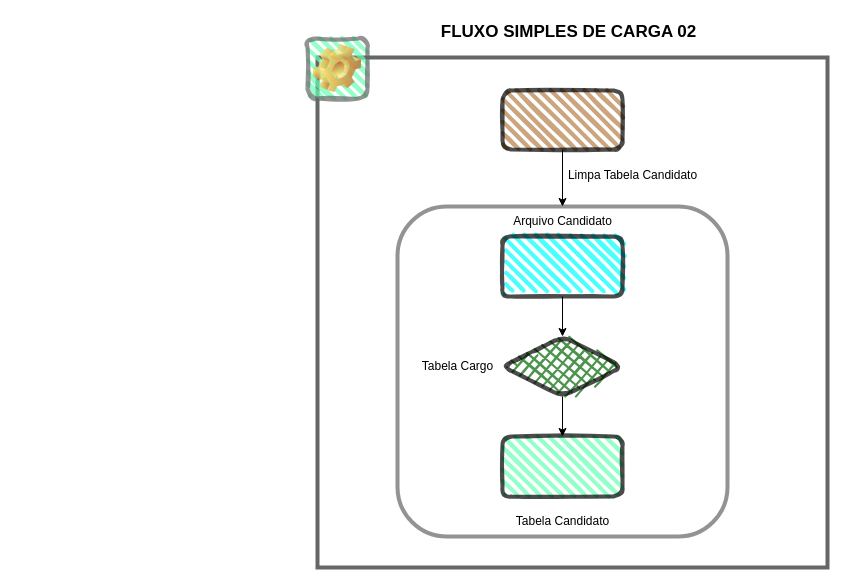
The draw.io diagram Diagrama_Fluxo_2.drawio in dbaassists/Palestra, before the edit. Source tidied: cells renumbered, new cells numbered last; positions are measured from the earlier drawing's top-left corner, leaving out a move shared by most shapes. Both pictures are drawn from the tidied source at 100%, with x=0, y=0 at pixel (307, 17).
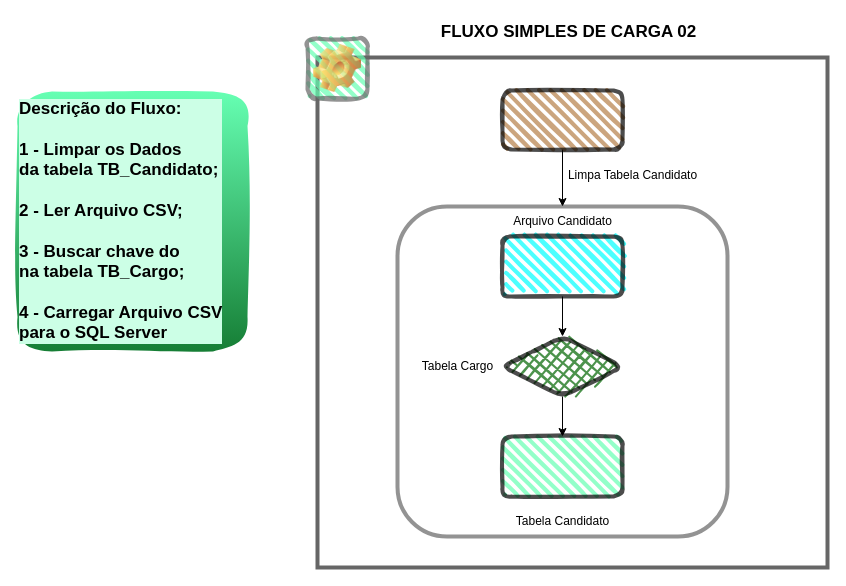
Above is the later version.

What changed in the source:
```diff
@@
 <mxGraphModel>
   <root>
     <mxCell id="0" />
     <mxCell id="1" parent="0" />
     <mxCell id="2" style="whiteSpace=wrap;html=1;rounded=0;fillWeight=4;hachureGap=8;hachureAngle=45;jiggle=1;curveFitting=0.95;strokeColor=#666666;strokeWidth=4;fillColor=#FFFFFF;" parent="1" vertex="1">
       <mxGeometry x="10" y="40" width="510" height="510" as="geometry" />
     </mxCell>
     <mxCell id="3" value="FLUXO SIMPLES DE CARGA 02" style="text;html=1;align=center;verticalAlign=middle;strokeColor=none;fillColor=default;strokeWidth=2;fontSize=17;fontStyle=1;" parent="1" vertex="1">
       <mxGeometry x="121" width="280" height="30" as="geometry" />
     </mxCell>
     <mxCell id="4" style="whiteSpace=wrap;html=1;rounded=1;opacity=70;strokeWidth=4;strokeColor=#666666;" parent="1" vertex="1">
       <mxGeometry x="90" y="189" width="330" height="330" as="geometry" />
     </mxCell>
     <mxCell id="5" style="edgeStyle=orthogonalEdgeStyle;rounded=0;jettySize=auto;html=1;" parent="1" edge="1" source="6" target="7">
       <mxGeometry relative="1" as="geometry" />
     </mxCell>
     <mxCell id="6" style="rhombus;whiteSpace=wrap;html=1;strokeWidth=4;fillWeight=-1;hachureGap=8;fillStyle=cross-hatch;fillColor=#006600;sketch=1;rounded=1;opacity=70;" parent="1" vertex="1">
       <mxGeometry x="195" y="319" width="120" height="60" as="geometry" />
     </mxCell>
     <mxCell id="7" style="rounded=1;whiteSpace=wrap;html=1;strokeWidth=4;fillWeight=4;hachureGap=8;hachureAngle=45;fillColor=#66FFB3;sketch=1;opacity=70;" parent="1" vertex="1">
       <mxGeometry x="195" y="419" width="120" height="60" as="geometry" />
     </mxCell>
     <mxCell id="8" style="edgeStyle=orthogonalEdgeStyle;rounded=0;jettySize=auto;html=1;" parent="1" edge="1" source="9" target="6">
       <mxGeometry relative="1" as="geometry" />
     </mxCell>
     <mxCell id="9" style="rounded=1;whiteSpace=wrap;html=1;strokeWidth=4;fillWeight=4;hachureGap=8;hachureAngle=45;fillColor=#00FFFF;sketch=1;opacity=70;" parent="1" vertex="1">
       <mxGeometry x="195" y="219" width="120" height="60" as="geometry" />
     </mxCell>
     <mxCell id="10" value="Tabela Candidato" style="text;html=1;align=center;verticalAlign=middle;strokeColor=none;fillColor=none;rounded=1;" parent="1" vertex="1">
       <mxGeometry x="195" y="489" width="120" height="30" as="geometry" />
     </mxCell>
     <mxCell id="11" value="Arquivo Candidato" style="text;html=1;align=center;verticalAlign=middle;points=[];strokeColor=none;fillColor=none;rounded=1;" parent="1" vertex="1">
       <mxGeometry x="195" y="189" width="120" height="30" as="geometry" />
     </mxCell>
     <mxCell id="12" value="Tabela Cargo" style="text;html=1;align=center;verticalAlign=middle;strokeColor=none;fillColor=none;rounded=1;" parent="1" vertex="1">
       <mxGeometry x="105" y="334" width="90" height="30" as="geometry" />
     </mxCell>
     <mxCell id="13" style="edgeStyle=orthogonalEdgeStyle;rounded=0;jettySize=auto;html=1;" parent="1" edge="1" source="14" target="11">
       <mxGeometry relative="1" as="geometry" />
     </mxCell>
     <mxCell id="14" style="rounded=1;whiteSpace=wrap;html=1;gradientColor=none;sketch=1;curveFitting=0.95;jiggle=1;fillColor=#B57F48;strokeWidth=4;opacity=70;shadow=0;glass=0;perimeterSpacing=0;fillWeight=4;hachureGap=8;hachureAngle=45;" parent="1" vertex="1">
       <mxGeometry x="195" y="73" width="120" height="59" as="geometry" />
     </mxCell>
     <mxCell id="15" value="Limpa Tabela Candidato" style="text;html=1;align=center;verticalAlign=middle;strokeColor=none;fillColor=none;rounded=1;" parent="1" vertex="1">
       <mxGeometry x="250" y="143" width="150" height="30" as="geometry" />
     </mxCell>
     <mxCell id="16" value="Icon" style="icon;image=img/clipart/Gear_128x128.png;rounded=1;fillWeight=4;hachureGap=8;hachureAngle=45;strokeColor=#666666;strokeWidth=4;fillColor=#66FFB3;opacity=70;sketch=1;curveFitting=1;jiggle=2;html=1;fontColor=#FFFFFF;" parent="1" vertex="1">
       <mxGeometry y="21" width="60" height="60" as="geometry" />
     </mxCell>
+    <mxCell id="17" value="Descrição do Fluxo: &lt;br&gt;&lt;br&gt;1 - Limpar os Dados&lt;br&gt;&lt;div style=&quot;&quot;&gt;&lt;span style=&quot;&quot;&gt;da tabela TB_Candidato;&lt;/span&gt;&lt;/div&gt;&lt;div style=&quot;&quot;&gt;&lt;span style=&quot;&quot;&gt;&lt;br&gt;&lt;/span&gt;&lt;/div&gt;&lt;div style=&quot;&quot;&gt;&lt;span style=&quot;&quot;&gt;2 - Ler Arquivo CSV;&lt;/span&gt;&lt;/div&gt;&lt;div style=&quot;&quot;&gt;&lt;span style=&quot;&quot;&gt;&lt;br&gt;&lt;/span&gt;&lt;/div&gt;&lt;div style=&quot;&quot;&gt;&lt;span style=&quot;&quot;&gt;3 - Buscar chave do&amp;nbsp;&lt;/span&gt;&lt;/div&gt;&lt;div style=&quot;&quot;&gt;&lt;span style=&quot;&quot;&gt;na tabela TB_Cargo;&lt;/span&gt;&lt;/div&gt;&lt;br&gt;4 - Carregar Arquivo CSV &lt;br&gt;para o SQL Server" style="text;html=1;align=left;verticalAlign=middle;strokeColor=none;fillColor=#66FFB3;strokeWidth=4;fontSize=17;fontStyle=1;labelBorderColor=none;labelBackgroundColor=#CCFFE6;sketch=1;curveFitting=1;jiggle=2;rounded=1;gradientColor=#167E35;" parent="1" vertex="1">
+      <mxGeometry x="-290" y="74" width="230" height="260" as="geometry" />
+    </mxCell>
   </root>
 </mxGraphModel>
```
